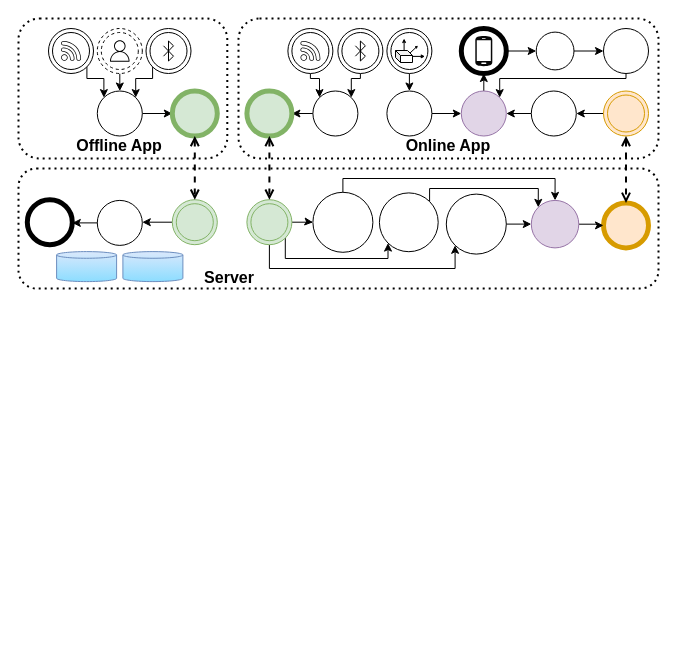
Before: page "model-slides" (8 of 21) of slides/ipin2021/images/ipin2021_slides.drawio in OpenHPS/openhps.org, a draw.io diagram. Source tidied: cells renumbered, new cells numbered last; positions are measured from the earlier drawing's top-left corner, leaving out a move shared by most shapes. Both pictures are drawn from the tidied source at 100%, with x=0, y=0 at pixel (18, 18).
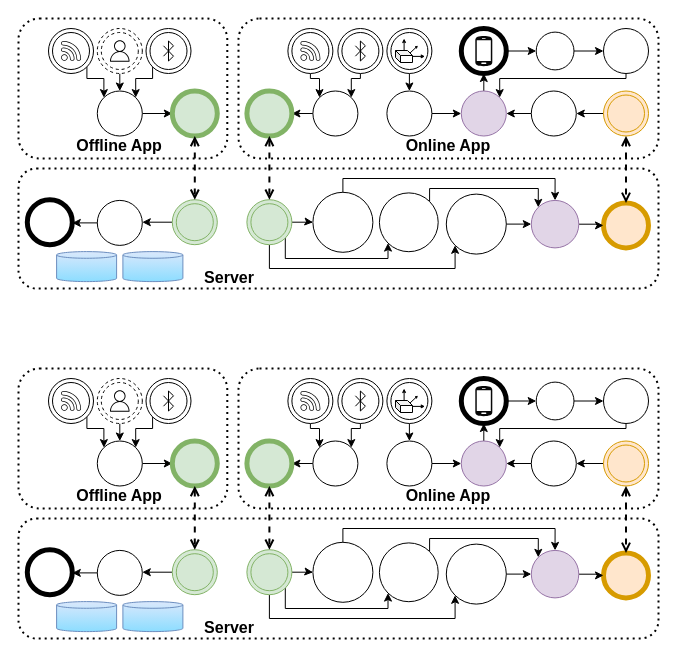
After the change.

Change to the diagram source:
```diff
@@
+    <mxCell id="74" style="rounded=1;whiteSpace=wrap;html=1;fontSize=8;dashed=1;fillColor=none;dashPattern=1 2;strokeWidth=2;" parent="1" vertex="1">
+      <mxGeometry y="500" width="640" height="120" as="geometry" />
+    </mxCell>
+    <mxCell id="75" style="rounded=1;whiteSpace=wrap;html=1;fontSize=8;dashed=1;fillColor=none;dashPattern=1 2;strokeWidth=2;" parent="1" vertex="1">
+      <mxGeometry x="220" y="350" width="420" height="140" as="geometry" />
+    </mxCell>
+    <mxCell id="76" style="rounded=1;whiteSpace=wrap;html=1;fontSize=8;dashed=1;fillColor=none;dashPattern=1 2;strokeWidth=2;" parent="1" vertex="1">
+      <mxGeometry y="350" width="208.8" height="140" as="geometry" />
+    </mxCell>
+    <mxCell id="77" style="shape=ellipse;html=1;dashed=0;whitespace=wrap;strokeWidth=5;perimeter=ellipsePerimeter;fontSize=8;fillColor=#ffe6cc;strokeColor=#d79b00;" parent="1" vertex="1">
+      <mxGeometry x="585" y="534.4" width="45" height="45" as="geometry" />
+    </mxCell>
+    <mxCell id="78" style="edgeStyle=orthogonalEdgeStyle;rounded=0;jettySize=auto;html=1;exitX=0;exitY=0.5;exitDx=0;exitDy=0;entryX=1;entryY=0.5;entryDx=0;entryDy=0;startArrow=none;startFill=0;endArrow=classic;endFill=1;fontSize=8;" parent="1" edge="1" source="79" target="95">
+      <mxGeometry relative="1" as="geometry" />
+    </mxCell>
+    <mxCell id="79" style="ellipse;shape=doubleEllipse;html=1;dashed=0;whitespace=wrap;fontSize=8;fillColor=#d5e8d4;strokeColor=#82b366;" parent="1" vertex="1">
+      <mxGeometry x="153.8" y="531.2" width="45" height="45" as="geometry" />
+    </mxCell>
+    <mxCell id="80" style="edgeStyle=orthogonalEdgeStyle;rounded=0;jettySize=auto;html=1;entryX=0;entryY=0.5;entryDx=0;entryDy=0;strokeWidth=1;fontFamily=Helvetica;fontSize=11;" parent="1" edge="1" source="83" target="116">
+      <mxGeometry relative="1" as="geometry" />
+    </mxCell>
+    <mxCell id="81" style="edgeStyle=orthogonalEdgeStyle;rounded=0;jettySize=auto;html=1;exitX=1;exitY=1;exitDx=0;exitDy=0;entryX=0;entryY=1;entryDx=0;entryDy=0;strokeWidth=1;fontFamily=Helvetica;fontSize=11;" parent="1" edge="1" source="83" target="122">
+      <mxGeometry relative="1" as="geometry">
+        <Array as="points">
+          <mxPoint x="267" y="590" />
+          <mxPoint x="370" y="590" />
+        </Array>
+      </mxGeometry>
+    </mxCell>
+    <mxCell id="82" style="edgeStyle=orthogonalEdgeStyle;rounded=0;jettySize=auto;html=1;exitX=0.5;exitY=1;exitDx=0;exitDy=0;entryX=0;entryY=1;entryDx=0;entryDy=0;strokeWidth=1;fontFamily=Helvetica;fontSize=11;" parent="1" edge="1" source="83" target="118">
+      <mxGeometry relative="1" as="geometry">
+        <Array as="points">
+          <mxPoint x="251" y="600" />
+          <mxPoint x="437" y="600" />
+        </Array>
+      </mxGeometry>
+    </mxCell>
+    <mxCell id="83" style="ellipse;shape=doubleEllipse;html=1;dashed=0;whitespace=wrap;fontSize=8;fillColor=#d5e8d4;strokeColor=#82b366;" parent="1" vertex="1">
+      <mxGeometry x="228.4" y="531.2" width="45" height="45" as="geometry" />
+    </mxCell>
+    <mxCell id="84" style="edgeStyle=orthogonalEdgeStyle;rounded=0;jettySize=auto;html=1;exitX=0.5;exitY=1;exitDx=0;exitDy=0;entryX=0.5;entryY=0;entryDx=0;entryDy=0;startArrow=none;startFill=0;endArrow=classic;endFill=1;fontSize=8;" parent="1" edge="1" source="85" target="105">
+      <mxGeometry relative="1" as="geometry" />
+    </mxCell>
+    <mxCell id="85" style="ellipse;shape=doubleEllipse;html=1;dashed=0;whitespace=wrap;fontSize=11;" parent="1" vertex="1">
+      <mxGeometry x="368.4" y="360" width="45" height="45" as="geometry" />
+    </mxCell>
+    <mxCell id="86" style="edgeStyle=orthogonalEdgeStyle;rounded=0;jettySize=auto;html=1;exitX=1;exitY=1;exitDx=0;exitDy=0;entryX=0;entryY=0;entryDx=0;entryDy=0;startArrow=none;startFill=0;endArrow=classic;endFill=1;fontSize=8;" parent="1" edge="1" source="87" target="91">
+      <mxGeometry relative="1" as="geometry">
+        <Array as="points">
+          <mxPoint x="68.8" y="410" />
+          <mxPoint x="85.8" y="410" />
+        </Array>
+      </mxGeometry>
+    </mxCell>
+    <mxCell id="87" style="ellipse;shape=doubleEllipse;html=1;dashed=0;whitespace=wrap;fontSize=11;" parent="1" vertex="1">
+      <mxGeometry x="30" y="360" width="45" height="45" as="geometry" />
+    </mxCell>
+    <mxCell id="88" style="edgeStyle=orthogonalEdgeStyle;rounded=0;jettySize=auto;html=1;exitX=0;exitY=1;exitDx=0;exitDy=0;entryX=1;entryY=0;entryDx=0;entryDy=0;startArrow=none;startFill=0;endArrow=classic;endFill=1;fontSize=8;" parent="1" edge="1" source="89" target="91">
+      <mxGeometry relative="1" as="geometry">
+        <Array as="points">
+          <mxPoint x="133.8" y="410" />
+          <mxPoint x="116.8" y="410" />
+        </Array>
+      </mxGeometry>
+    </mxCell>
+    <mxCell id="89" style="ellipse;shape=doubleEllipse;html=1;dashed=0;whitespace=wrap;fontSize=11;" parent="1" vertex="1">
+      <mxGeometry x="127.5" y="360" width="45" height="45" as="geometry" />
+    </mxCell>
+    <mxCell id="90" style="edgeStyle=orthogonalEdgeStyle;rounded=0;jettySize=auto;html=1;entryX=0;entryY=0.5;entryDx=0;entryDy=0;startArrow=none;startFill=0;endArrow=classic;endFill=1;fontSize=8;" parent="1" edge="1" source="91" target="92">
+      <mxGeometry relative="1" as="geometry" />
+    </mxCell>
+    <mxCell id="91" value="&lt;font style=&quot;font-size: 8px&quot;&gt;&lt;br style=&quot;font-size: 8px&quot;&gt;&lt;/font&gt;" style="ellipse;whiteSpace=wrap;html=1;fontSize=8;" parent="1" vertex="1">
+      <mxGeometry x="78.8" y="422.5" width="45" height="45" as="geometry" />
+    </mxCell>
+    <mxCell id="92" style="shape=ellipse;html=1;dashed=0;whitespace=wrap;strokeWidth=5;perimeter=ellipsePerimeter;fontSize=8;fillColor=#d5e8d4;strokeColor=#82b366;" parent="1" vertex="1">
+      <mxGeometry x="153.8" y="422.5" width="45" height="45" as="geometry" />
+    </mxCell>
+    <mxCell id="93" style="edgeStyle=orthogonalEdgeStyle;rounded=0;jettySize=auto;html=1;exitX=0.5;exitY=1;exitDx=0;exitDy=0;entryX=0.5;entryY=0;entryDx=0;entryDy=0;dashed=1;endArrow=open;endFill=0;startArrow=open;startFill=0;fontSize=8;strokeWidth=2;" parent="1" edge="1" source="92" target="79">
+      <mxGeometry relative="1" as="geometry" />
+    </mxCell>
+    <mxCell id="94" style="edgeStyle=orthogonalEdgeStyle;rounded=0;jettySize=auto;html=1;exitX=0;exitY=0.5;exitDx=0;exitDy=0;entryX=1;entryY=0.5;entryDx=0;entryDy=0;startArrow=none;startFill=0;endArrow=classic;endFill=1;fontSize=8;" parent="1" edge="1" source="95" target="97">
+      <mxGeometry relative="1" as="geometry" />
+    </mxCell>
+    <mxCell id="95" value="&lt;font style=&quot;font-size: 8px&quot;&gt;&lt;br style=&quot;font-size: 8px&quot;&gt;&lt;/font&gt;" style="ellipse;whiteSpace=wrap;html=1;fontSize=8;" parent="1" vertex="1">
+      <mxGeometry x="78.8" y="531.9" width="45" height="45" as="geometry" />
+    </mxCell>
+    <mxCell id="96" style="shape=cylinder3;whiteSpace=wrap;html=1;boundedLbl=1;backgroundOutline=1;size=3.333343505859375;fontSize=8;strokeColor=#6c8ebf;fontStyle=1;fillColor=#DAE8FC;gradientColor=#8CDDFF;" parent="1" vertex="1">
+      <mxGeometry x="38.1" y="583.1" width="60" height="30" as="geometry" />
+    </mxCell>
+    <mxCell id="97" style="shape=ellipse;html=1;dashed=0;whitespace=wrap;strokeWidth=5;perimeter=ellipsePerimeter;fontSize=8;" parent="1" vertex="1">
+      <mxGeometry x="8.8" y="531.2" width="45" height="45" as="geometry" />
+    </mxCell>
+    <mxCell id="98" style="edgeStyle=orthogonalEdgeStyle;rounded=0;jettySize=auto;html=1;exitX=0.5;exitY=1;exitDx=0;exitDy=0;entryX=0.5;entryY=0;entryDx=0;entryDy=0;startArrow=none;startFill=0;endArrow=classic;endFill=1;fontSize=8;" parent="1" edge="1" source="99" target="91">
+      <mxGeometry relative="1" as="geometry" />
+    </mxCell>
+    <mxCell id="99" style="ellipse;shape=doubleEllipse;html=1;dashed=1;whitespace=wrap;fontSize=11;" parent="1" vertex="1">
+      <mxGeometry x="78.8" y="360" width="45" height="45" as="geometry" />
+    </mxCell>
+    <mxCell id="100" style="edgeStyle=orthogonalEdgeStyle;rounded=0;jettySize=auto;html=1;exitX=0;exitY=0.5;exitDx=0;exitDy=0;entryX=1;entryY=0.5;entryDx=0;entryDy=0;" parent="1" edge="1" source="101" target="132">
+      <mxGeometry relative="1" as="geometry" />
+    </mxCell>
+    <mxCell id="101" style="ellipse;shape=doubleEllipse;html=1;dashed=0;whitespace=wrap;fontSize=8;fillColor=#ffe6cc;strokeColor=#d79b00;" parent="1" vertex="1">
+      <mxGeometry x="585" y="422.5" width="45" height="45" as="geometry" />
+    </mxCell>
+    <mxCell id="102" style="edgeStyle=orthogonalEdgeStyle;rounded=0;jettySize=auto;html=1;exitX=0.5;exitY=0;exitDx=0;exitDy=0;entryX=0.5;entryY=1;entryDx=0;entryDy=0;" parent="1" edge="1" source="103" target="124">
+      <mxGeometry relative="1" as="geometry" />
+    </mxCell>
+    <mxCell id="103" value="&lt;font style=&quot;font-size: 11px&quot;&gt;&lt;br style=&quot;font-size: 11px&quot;&gt;&lt;/font&gt;" style="ellipse;whiteSpace=wrap;html=1;fontSize=11;fillColor=#e1d5e7;strokeColor=#9673a6;" parent="1" vertex="1">
+      <mxGeometry x="442.8" y="422.5" width="45" height="45" as="geometry" />
+    </mxCell>
+    <mxCell id="104" style="edgeStyle=orthogonalEdgeStyle;rounded=0;jettySize=auto;html=1;entryX=0;entryY=0.5;entryDx=0;entryDy=0;" parent="1" edge="1" source="105" target="103">
+      <mxGeometry relative="1" as="geometry" />
+    </mxCell>
+    <mxCell id="105" value="&lt;font style=&quot;font-size: 11px&quot;&gt;&lt;br style=&quot;font-size: 11px&quot;&gt;&lt;/font&gt;" style="ellipse;whiteSpace=wrap;html=1;fontSize=11;" parent="1" vertex="1">
+      <mxGeometry x="368.4" y="422.5" width="45" height="45" as="geometry" />
+    </mxCell>
+    <mxCell id="106" style="edgeStyle=orthogonalEdgeStyle;rounded=0;jettySize=auto;html=1;exitX=0.5;exitY=1;exitDx=0;exitDy=0;entryX=0;entryY=0;entryDx=0;entryDy=0;startArrow=none;startFill=0;endArrow=classic;endFill=1;fontSize=8;" parent="1" edge="1" source="107" target="111">
+      <mxGeometry relative="1" as="geometry">
+        <Array as="points">
+          <mxPoint x="292.4" y="410" />
+          <mxPoint x="301.4" y="410" />
+        </Array>
+      </mxGeometry>
+    </mxCell>
+    <mxCell id="107" style="ellipse;shape=doubleEllipse;html=1;dashed=0;whitespace=wrap;fontSize=11;" parent="1" vertex="1">
+      <mxGeometry x="269.4" y="360" width="45" height="45" as="geometry" />
+    </mxCell>
+    <mxCell id="108" style="edgeStyle=orthogonalEdgeStyle;rounded=0;jettySize=auto;html=1;exitX=0.5;exitY=1;exitDx=0;exitDy=0;entryX=1;entryY=0;entryDx=0;entryDy=0;startArrow=none;startFill=0;endArrow=classic;endFill=1;fontSize=8;" parent="1" edge="1" source="109" target="111">
+      <mxGeometry relative="1" as="geometry">
+        <Array as="points">
+          <mxPoint x="342.4" y="410" />
+          <mxPoint x="332.4" y="410" />
+        </Array>
+      </mxGeometry>
+    </mxCell>
+    <mxCell id="109" style="ellipse;shape=doubleEllipse;html=1;dashed=0;whitespace=wrap;fontSize=11;" parent="1" vertex="1">
+      <mxGeometry x="319.4" y="360" width="45" height="45" as="geometry" />
+    </mxCell>
+    <mxCell id="110" style="edgeStyle=orthogonalEdgeStyle;rounded=0;jettySize=auto;html=1;exitX=0;exitY=0.5;exitDx=0;exitDy=0;entryX=1;entryY=0.5;entryDx=0;entryDy=0;startArrow=none;startFill=0;endArrow=classic;endFill=1;fontSize=8;" parent="1" edge="1" source="111" target="112">
+      <mxGeometry relative="1" as="geometry" />
+    </mxCell>
+    <mxCell id="111" value="&lt;font style=&quot;font-size: 8px&quot;&gt;&lt;br style=&quot;font-size: 8px&quot;&gt;&lt;/font&gt;" style="ellipse;whiteSpace=wrap;html=1;fontSize=8;" parent="1" vertex="1">
+      <mxGeometry x="294.4" y="422.5" width="45" height="45" as="geometry" />
+    </mxCell>
+    <mxCell id="112" style="shape=ellipse;html=1;dashed=0;whitespace=wrap;strokeWidth=5;perimeter=ellipsePerimeter;fontSize=8;fillColor=#d5e8d4;strokeColor=#82b366;" parent="1" vertex="1">
+      <mxGeometry x="228.4" y="422.5" width="45" height="45" as="geometry" />
+    </mxCell>
+    <mxCell id="113" style="edgeStyle=orthogonalEdgeStyle;rounded=0;jettySize=auto;html=1;exitX=0.5;exitY=1;exitDx=0;exitDy=0;entryX=0.5;entryY=0;entryDx=0;entryDy=0;dashed=1;endArrow=open;endFill=0;startArrow=open;startFill=0;fontSize=8;strokeWidth=2;" parent="1" edge="1" source="112" target="83">
+      <mxGeometry relative="1" as="geometry" />
+    </mxCell>
+    <mxCell id="114" style="edgeStyle=orthogonalEdgeStyle;rounded=0;jettySize=auto;html=1;exitX=0.5;exitY=1;exitDx=0;exitDy=0;entryX=0.5;entryY=0;entryDx=0;entryDy=0;dashed=1;endArrow=open;endFill=0;startArrow=open;startFill=0;fontSize=8;strokeWidth=2;" parent="1" edge="1" source="101" target="77">
+      <mxGeometry relative="1" as="geometry" />
+    </mxCell>
+    <mxCell id="115" style="edgeStyle=orthogonalEdgeStyle;rounded=0;jettySize=auto;html=1;exitX=0.5;exitY=0;exitDx=0;exitDy=0;entryX=0.5;entryY=0;entryDx=0;entryDy=0;strokeWidth=1;fontFamily=Helvetica;fontSize=11;" parent="1" edge="1" source="116" target="120">
+      <mxGeometry relative="1" as="geometry">
+        <Array as="points">
+          <mxPoint x="324" y="510" />
+          <mxPoint x="537" y="510" />
+        </Array>
+      </mxGeometry>
+    </mxCell>
+    <mxCell id="116" value="&lt;font style=&quot;font-size: 11px&quot;&gt;&lt;br style=&quot;font-size: 11px&quot;&gt;&lt;/font&gt;" style="ellipse;whiteSpace=wrap;html=1;fontSize=11;" parent="1" vertex="1">
+      <mxGeometry x="294.4" y="523.8" width="60" height="60" as="geometry" />
+    </mxCell>
+    <mxCell id="117" style="edgeStyle=orthogonalEdgeStyle;rounded=0;jettySize=auto;html=1;exitX=1;exitY=0.5;exitDx=0;exitDy=0;entryX=0;entryY=0.5;entryDx=0;entryDy=0;strokeWidth=1;fontFamily=Helvetica;fontSize=11;" parent="1" edge="1" source="118" target="120">
+      <mxGeometry relative="1" as="geometry" />
+    </mxCell>
+    <mxCell id="118" value="&lt;font style=&quot;font-size: 11px&quot;&gt;&lt;br style=&quot;font-size: 11px&quot;&gt;&lt;/font&gt;" style="ellipse;whiteSpace=wrap;html=1;fontSize=11;" parent="1" vertex="1">
+      <mxGeometry x="427.8" y="525.6" width="60" height="60" as="geometry" />
+    </mxCell>
+    <mxCell id="119" style="edgeStyle=orthogonalEdgeStyle;rounded=0;jettySize=auto;html=1;entryX=0;entryY=0.5;entryDx=0;entryDy=0;" parent="1" edge="1" source="120" target="77">
+      <mxGeometry relative="1" as="geometry" />
+    </mxCell>
+    <mxCell id="120" value="&lt;font style=&quot;font-size: 11px&quot;&gt;&lt;br style=&quot;font-size: 11px&quot;&gt;&lt;/font&gt;" style="ellipse;whiteSpace=wrap;html=1;fontSize=11;fillColor=#e1d5e7;strokeColor=#9673a6;" parent="1" vertex="1">
+      <mxGeometry x="512.8" y="531.9" width="47.5" height="47.5" as="geometry" />
+    </mxCell>
+    <mxCell id="121" style="edgeStyle=orthogonalEdgeStyle;rounded=0;jettySize=auto;html=1;exitX=1;exitY=0;exitDx=0;exitDy=0;entryX=0;entryY=0;entryDx=0;entryDy=0;strokeWidth=1;fontFamily=Helvetica;fontSize=11;" parent="1" edge="1" source="122" target="120">
+      <mxGeometry relative="1" as="geometry">
+        <Array as="points">
+          <mxPoint x="411" y="520" />
+          <mxPoint x="520" y="520" />
+        </Array>
+      </mxGeometry>
+    </mxCell>
+    <mxCell id="122" value="&lt;font style=&quot;font-size: 11px&quot;&gt;&lt;br style=&quot;font-size: 11px&quot;&gt;&lt;/font&gt;" style="ellipse;whiteSpace=wrap;html=1;fontSize=11;" parent="1" vertex="1">
+      <mxGeometry x="360.9" y="524.4" width="58.8" height="58.8" as="geometry" />
+    </mxCell>
+    <mxCell id="123" style="edgeStyle=none;rounded=0;jettySize=auto;html=1;exitX=1;exitY=0.5;exitDx=0;exitDy=0;entryX=0;entryY=0.5;entryDx=0;entryDy=0;" parent="1" edge="1" source="124" target="134">
+      <mxGeometry relative="1" as="geometry" />
+    </mxCell>
+    <mxCell id="124" style="shape=ellipse;html=1;dashed=0;whitespace=wrap;strokeWidth=5;perimeter=ellipsePerimeter;fontSize=11;" parent="1" vertex="1">
+      <mxGeometry x="442.8" y="360" width="45" height="45" as="geometry" />
+    </mxCell>
+    <mxCell id="125" value="Server" style="text;html=1;strokeColor=none;fillColor=none;align=center;verticalAlign=middle;whiteSpace=wrap;rounded=0;dashed=1;dashPattern=1 2;fontStyle=1;fontSize=16;" parent="1" vertex="1">
+      <mxGeometry x="191.4" y="599" width="40" height="20" as="geometry" />
+    </mxCell>
+    <mxCell id="126" value="Offline App" style="text;html=1;strokeColor=none;fillColor=none;align=center;verticalAlign=middle;whiteSpace=wrap;rounded=0;dashed=1;dashPattern=1 2;fontStyle=1;fontSize=16;" parent="1" vertex="1">
+      <mxGeometry x="50.3" y="467" width="101.9" height="20" as="geometry" />
+    </mxCell>
+    <mxCell id="127" value="Online App" style="text;html=1;strokeColor=none;fillColor=none;align=center;verticalAlign=middle;whiteSpace=wrap;rounded=0;dashed=1;dashPattern=1 2;fontStyle=1;fontSize=16;" parent="1" vertex="1">
+      <mxGeometry x="379.1" y="467" width="101.9" height="20" as="geometry" />
+    </mxCell>
+    <mxCell id="128" style="edgeStyle=orthogonalEdgeStyle;rounded=0;jettySize=auto;html=1;exitX=0.5;exitY=1;exitDx=0;exitDy=0;entryX=1;entryY=0;entryDx=0;entryDy=0;" parent="1" edge="1" source="129" target="103">
+      <mxGeometry relative="1" as="geometry">
+        <Array as="points">
+          <mxPoint x="608" y="410" />
+          <mxPoint x="481" y="410" />
+        </Array>
+      </mxGeometry>
+    </mxCell>
+    <mxCell id="129" value="&lt;font style=&quot;font-size: 8px&quot;&gt;&lt;br style=&quot;font-size: 8px&quot;&gt;&lt;/font&gt;" style="ellipse;whiteSpace=wrap;html=1;fontSize=8;" parent="1" vertex="1">
+      <mxGeometry x="585" y="360" width="45" height="45" as="geometry" />
+    </mxCell>
+    <mxCell id="130" style="shape=cylinder3;whiteSpace=wrap;html=1;boundedLbl=1;backgroundOutline=1;size=3.333343505859375;fontSize=8;strokeColor=#6c8ebf;fontStyle=1;fillColor=#DAE8FC;gradientColor=#8CDDFF;" parent="1" vertex="1">
+      <mxGeometry x="104.4" y="583.1" width="60" height="30" as="geometry" />
+    </mxCell>
+    <mxCell id="131" style="edgeStyle=orthogonalEdgeStyle;rounded=0;jettySize=auto;html=1;exitX=0;exitY=0.5;exitDx=0;exitDy=0;entryX=1;entryY=0.5;entryDx=0;entryDy=0;" parent="1" edge="1" source="132" target="103">
+      <mxGeometry relative="1" as="geometry" />
+    </mxCell>
+    <mxCell id="132" value="&lt;font style=&quot;font-size: 8px&quot;&gt;&lt;br style=&quot;font-size: 8px&quot;&gt;&lt;/font&gt;" style="ellipse;whiteSpace=wrap;html=1;fontSize=8;" parent="1" vertex="1">
+      <mxGeometry x="512.8" y="422.5" width="45" height="45" as="geometry" />
+    </mxCell>
+    <mxCell id="133" style="edgeStyle=none;rounded=0;jettySize=auto;html=1;exitX=1;exitY=0.5;exitDx=0;exitDy=0;entryX=0;entryY=0.5;entryDx=0;entryDy=0;" parent="1" edge="1" source="134" target="129">
+      <mxGeometry relative="1" as="geometry" />
+    </mxCell>
+    <mxCell id="134" value="&lt;font style=&quot;font-size: 8px&quot;&gt;&lt;br style=&quot;font-size: 8px&quot;&gt;&lt;/font&gt;" style="ellipse;whiteSpace=wrap;html=1;fontSize=8;" parent="1" vertex="1">
+      <mxGeometry x="517.7" y="363.6" width="37.8" height="37.8" as="geometry" />
+    </mxCell>
+    <mxCell id="135" style="sketch=0;shadow=0;dashed=0;html=1;strokeColor=none;fillColor=#050505;labelPosition=center;verticalLabelPosition=bottom;verticalAlign=top;align=center;shape=mxgraph.vvd.wi_fi;fontSize=17;strokeWidth=0.1;" parent="1" vertex="1">
+      <mxGeometry x="42.5" y="372.5" width="20" height="20" as="geometry" />
+    </mxCell>
+    <mxCell id="136" style="sketch=0;fontColor=#232F3E;gradientColor=none;strokeColor=default;fillColor=none;dashed=0;verticalLabelPosition=bottom;verticalAlign=top;align=center;html=1;fontSize=12;fontStyle=0;shape=mxgraph.aws4.resourceIcon;resIcon=mxgraph.aws4.user;" parent="1" vertex="1">
+      <mxGeometry x="87.8" y="369" width="27" height="27" as="geometry" />
+    </mxCell>
+    <mxCell id="137" style="html=1;verticalLabelPosition=bottom;align=center;labelBackgroundColor=#ffffff;verticalAlign=top;strokeWidth=1;strokeColor=#000000;shadow=0;dashed=0;shape=mxgraph.ios7.icons.bluetooth;fontSize=17;fillColor=none;" parent="1" vertex="1">
+      <mxGeometry x="145" y="372.5" width="10" height="20" as="geometry" />
+    </mxCell>
+    <mxCell id="138" style="html=1;verticalLabelPosition=bottom;align=center;labelBackgroundColor=#ffffff;verticalAlign=top;strokeWidth=1;strokeColor=#000000;shadow=0;dashed=0;shape=mxgraph.ios7.icons.bluetooth;fontSize=17;fillColor=none;" parent="1" vertex="1">
+      <mxGeometry x="336.9" y="372.5" width="10" height="20" as="geometry" />
+    </mxCell>
+    <mxCell id="139" style="sketch=0;shadow=0;dashed=0;html=1;strokeColor=none;fillColor=#000000;labelPosition=center;verticalLabelPosition=bottom;verticalAlign=top;align=center;shape=mxgraph.vvd.wi_fi;fontSize=17;strokeWidth=0.1;" parent="1" vertex="1">
+      <mxGeometry x="281.9" y="372.5" width="20" height="20" as="geometry" />
+    </mxCell>
+    <mxCell id="140" style="sketch=0;shadow=0;dashed=0;html=1;strokeColor=none;fillColor=#080808;labelPosition=center;verticalLabelPosition=bottom;verticalAlign=top;align=center;shape=mxgraph.office.devices.cell_phone_android_proportional;fontSize=11;" parent="1" vertex="1">
+      <mxGeometry x="456.8" y="367" width="17" height="31" as="geometry" />
+    </mxCell>
+    <mxCell id="141" style="group;" parent="1" vertex="1">
+      <mxGeometry x="377" y="370" width="27" height="24" as="geometry" />
+    </mxCell>
+    <mxCell id="142" style="endArrow=classic;html=1;rounded=0;fontSize=11;startSize=15;endSize=2;strokeWidth=1;" parent="141" edge="1">
+      <mxGeometry relative="1" as="geometry">
+        <mxPoint x="8.6" y="12" as="sourcePoint" />
+        <mxPoint x="8.6" as="targetPoint" />
+      </mxGeometry>
+    </mxCell>
+    <mxCell id="143" style="endArrow=classic;html=1;rounded=0;fontSize=11;startSize=15;endSize=2;strokeWidth=1;" parent="141" edge="1">
+      <mxGeometry relative="1" as="geometry">
+        <mxPoint x="17" y="17.9" as="sourcePoint" />
+        <mxPoint x="29.6" y="17.9" as="targetPoint" />
+        <Array as="points">
+          <mxPoint x="27" y="17.9" />
+        </Array>
+      </mxGeometry>
+    </mxCell>
+    <mxCell id="144" style="shape=cube;whiteSpace=wrap;html=1;boundedLbl=1;backgroundOutline=1;darkOpacity=0.05;darkOpacity2=0.1;fontSize=11;strokeColor=default;strokeWidth=1;fillColor=none;size=5;spacing=0;" parent="141" vertex="1">
+      <mxGeometry y="12" width="17" height="12" as="geometry" />
+    </mxCell>
+    <mxCell id="145" style="endArrow=classic;html=1;rounded=0;fontSize=11;startSize=10;endSize=1;strokeWidth=1;exitX=0;exitY=0;exitDx=14.5;exitDy=2.5;exitPerimeter=0;jumpSize=4;" parent="141" edge="1" source="144">
+      <mxGeometry relative="1" as="geometry">
+        <mxPoint x="22.6" y="7" as="targetPoint" />
+      </mxGeometry>
+    </mxCell>
```
